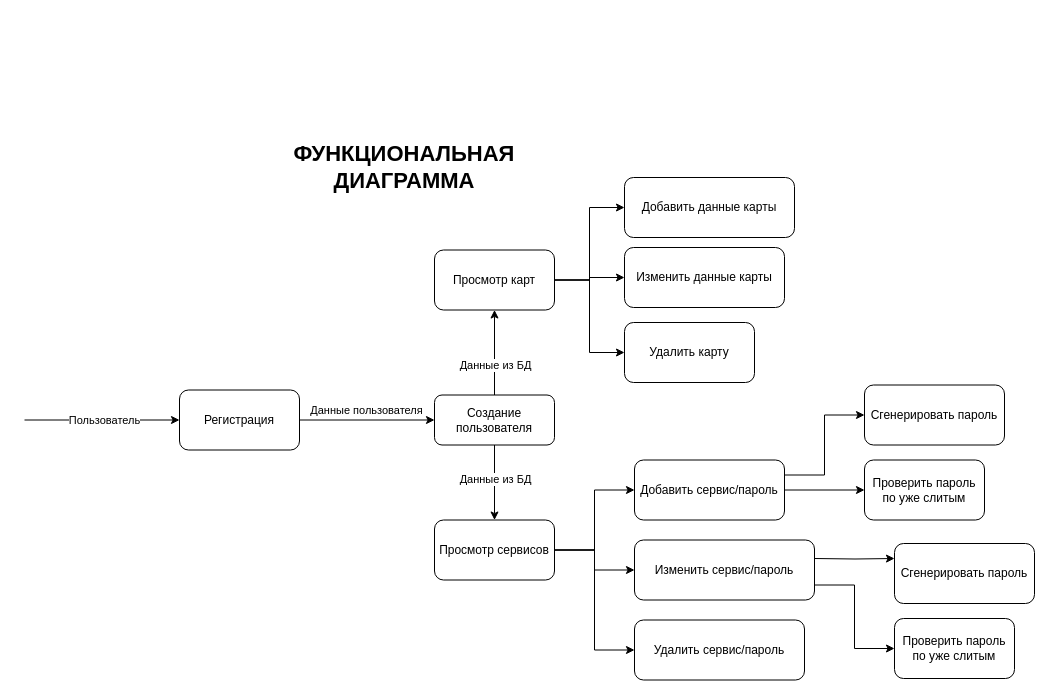
Before: функциональная.drawio in 4aRm5/password_manager_app, a draw.io diagram. Source tidied: cells renumbered, new cells numbered last; positions are measured from the earlier drawing's top-left corner, leaving out a move shared by most shapes. Both pictures are drawn from the tidied source at 100%, with x=0, y=0 at pixel (24, 87).
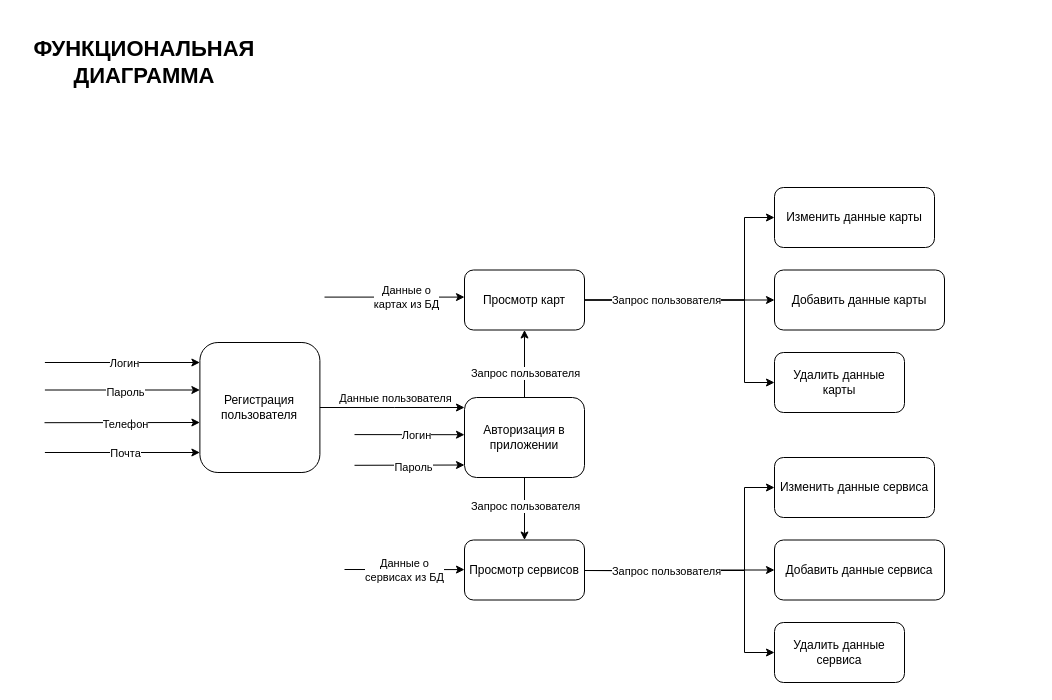
The same page after the edit.

The change refers to these unchanged cells:
```xml
<mxCell id="7" style="edgeStyle=orthogonalEdgeStyle;rounded=0;jettySize=auto;html=1;exitX=0.5;exitY=1;exitDx=0;exitDy=0;entryX=0.5;entryY=0;entryDx=0;entryDy=0;" parent="1" edge="1" source="30" target="17">
  <mxGeometry relative="1" as="geometry" />
</mxCell>
```

Diff of the diagram source:
```diff
@@
     <mxCell id="2" value="&lt;span style=&quot;font-size: 22px;&quot;&gt;&lt;b&gt;ФУНКЦИОНАЛЬНАЯ&lt;br&gt;ДИАГРАММА&lt;br&gt;&lt;/b&gt;&lt;/span&gt;" style="text;html=1;strokeColor=none;fillColor=none;align=center;verticalAlign=middle;whiteSpace=wrap;rounded=0;" parent="1" vertex="1">
-      <mxGeometry x="220" width="320" height="160" as="geometry" />
+      <mxGeometry y="-70" width="240" height="90" as="geometry" />
     </mxCell>
     <mxCell id="3" style="endArrow=classic;html=1;rounded=0;entryX=0;entryY=0.5;entryDx=0;entryDy=0;" parent="1" edge="1">
       <mxGeometry relative="1" as="geometry">
-        <mxPoint y="332.5" as="sourcePoint" />
-        <mxPoint x="155" y="332.5" as="targetPoint" />
+        <mxPoint x="20.4" y="275" as="sourcePoint" />
+        <mxPoint x="175.4" y="275" as="targetPoint" />
       </mxGeometry>
     </mxCell>
-    <mxCell id="4" value="Пользователь" style="edgeLabel;html=1;align=center;verticalAlign=middle;" parent="3" vertex="1">
+    <mxCell id="4" value="Логин" style="edgeLabel;html=1;align=center;verticalAlign=middle;" parent="3" vertex="1">
       <mxGeometry x="-0.22" y="-1" relative="1" as="geometry">
         <mxPoint x="19" y="-1" as="offset" />
       </mxGeometry>
     </mxCell>
     <mxCell id="5" style="edgeStyle=orthogonalEdgeStyle;rounded=0;jettySize=auto;html=1;exitX=0.5;exitY=0;exitDx=0;exitDy=0;entryX=0.5;entryY=1;entryDx=0;entryDy=0;" parent="1" edge="1" source="30" target="12">
       <mxGeometry relative="1" as="geometry">
         <Array as="points">
-          <mxPoint x="470" y="302.5" />
-          <mxPoint x="470" y="302.5" />
+          <mxPoint x="500" y="322.5" />
+          <mxPoint x="500" y="322.5" />
         </Array>
       </mxGeometry>
     </mxCell>
-    <mxCell id="6" value="Данные из БД" style="edgeLabel;html=1;align=center;verticalAlign=middle;" parent="5" vertex="1">
+    <mxCell id="6" value="Запрос пользователя" style="edgeLabel;html=1;align=center;verticalAlign=middle;" parent="5" vertex="1">
       <mxGeometry x="0.11" relative="1" as="geometry">
-        <mxPoint y="17" as="offset" />
+        <mxPoint y="1" as="offset" />
       </mxGeometry>
     </mxCell>
@@
-    <mxCell id="8" value="Данные из БД" style="edgeLabel;html=1;align=center;verticalAlign=middle;" parent="7" vertex="1">
+    <mxCell id="8" value="Запрос пользователя" style="edgeLabel;html=1;align=center;verticalAlign=middle;" parent="7" vertex="1">
       <mxGeometry x="-0.1" relative="1" as="geometry" />
     </mxCell>
-    <mxCell id="9" style="edgeStyle=orthogonalEdgeStyle;rounded=0;jettySize=auto;html=1;entryX=0;entryY=0.5;entryDx=0;entryDy=0;" parent="1" edge="1" source="12" target="21">
+    <mxCell id="9" style="edgeStyle=orthogonalEdgeStyle;rounded=0;jettySize=auto;html=1;entryX=0;entryY=0.5;entryDx=0;entryDy=0;exitX=1;exitY=0.5;exitDx=0;exitDy=0;" parent="1" edge="1" source="12" target="21">
       <mxGeometry relative="1" as="geometry" />
     </mxCell>
     <mxCell id="10" style="edgeStyle=orthogonalEdgeStyle;rounded=0;jettySize=auto;html=1;exitX=1;exitY=0.5;exitDx=0;exitDy=0;" parent="1" edge="1" source="12" target="22">
-      <mxGeometry relative="1" as="geometry" />
+      <mxGeometry relative="1" as="geometry">
+        <Array as="points">
+          <mxPoint x="720" y="213" />
+          <mxPoint x="720" y="130" />
+        </Array>
+      </mxGeometry>
     </mxCell>
     <mxCell id="11" style="edgeStyle=orthogonalEdgeStyle;rounded=0;jettySize=auto;html=1;exitX=1;exitY=0.5;exitDx=0;exitDy=0;entryX=0;entryY=0.5;entryDx=0;entryDy=0;" parent="1" edge="1" source="12" target="26">
-      <mxGeometry relative="1" as="geometry" />
+      <mxGeometry relative="1" as="geometry">
+        <Array as="points">
+          <mxPoint x="720" y="213" />
+          <mxPoint x="720" y="295" />
+        </Array>
+      </mxGeometry>
     </mxCell>
+    <mxCell id="35" value="Запрос пользователя" style="edgeLabel;html=1;align=center;verticalAlign=middle;" parent="11" vertex="1">
+      <mxGeometry x="-0.5" relative="1" as="geometry">
+        <mxPoint x="13" as="offset" />
+      </mxGeometry>
+    </mxCell>
     <mxCell id="12" value="Просмотр карт" style="rounded=1;whiteSpace=wrap;html=1;" parent="1" vertex="1">
-      <mxGeometry x="410" y="162.5" width="120" height="60" as="geometry" />
+      <mxGeometry x="440" y="182.5" width="120" height="60" as="geometry" />
     </mxCell>
-    <mxCell id="13" value="Регистрация" style="rounded=1;whiteSpace=wrap;html=1;" parent="1" vertex="1">
-      <mxGeometry x="155" y="302.5" width="120" height="60" as="geometry" />
+    <mxCell id="13" value="Регистрация пользователя" style="rounded=1;whiteSpace=wrap;html=1;" parent="1" vertex="1">
+      <mxGeometry x="175.4" y="255" width="120" height="130" as="geometry" />
     </mxCell>
-    <mxCell id="14" style="edgeStyle=orthogonalEdgeStyle;rounded=0;jettySize=auto;html=1;exitX=1;exitY=0.5;exitDx=0;exitDy=0;entryX=0;entryY=0.5;entryDx=0;entryDy=0;" parent="1" edge="1" source="17" target="20">
-      <mxGeometry relative="1" as="geometry" />
-    </mxCell>
-    <mxCell id="15" style="edgeStyle=orthogonalEdgeStyle;rounded=0;jettySize=auto;html=1;exitX=1;exitY=0.5;exitDx=0;exitDy=0;entryX=0;entryY=0.5;entryDx=0;entryDy=0;" parent="1" edge="1" source="17" target="25">
-      <mxGeometry relative="1" as="geometry" />
-    </mxCell>
-    <mxCell id="16" style="edgeStyle=orthogonalEdgeStyle;rounded=0;jettySize=auto;html=1;exitX=1;exitY=0.5;exitDx=0;exitDy=0;entryX=0;entryY=0.5;entryDx=0;entryDy=0;" parent="1" edge="1" source="17" target="27">
-      <mxGeometry relative="1" as="geometry" />
-    </mxCell>
     <mxCell id="17" value="Просмотр сервисов" style="rounded=1;whiteSpace=wrap;html=1;" parent="1" vertex="1">
-      <mxGeometry x="410" y="432.5" width="120" height="60" as="geometry" />
+      <mxGeometry x="440" y="452.5" width="120" height="60" as="geometry" />
     </mxCell>
-    <mxCell id="18" style="edgeStyle=orthogonalEdgeStyle;rounded=0;jettySize=auto;html=1;entryX=0;entryY=0.5;entryDx=0;entryDy=0;" parent="1" edge="1" source="20" target="31">
-      <mxGeometry relative="1" as="geometry" />
-    </mxCell>
-    <mxCell id="19" style="edgeStyle=orthogonalEdgeStyle;rounded=0;jettySize=auto;html=1;exitX=1;exitY=0.25;exitDx=0;exitDy=0;entryX=0;entryY=0.5;entryDx=0;entryDy=0;" parent="1" edge="1" source="20" target="32">
-      <mxGeometry relative="1" as="geometry" />
-    </mxCell>
-    <mxCell id="20" value="Добавить сервис/пароль" style="rounded=1;whiteSpace=wrap;html=1;" parent="1" vertex="1">
-      <mxGeometry x="610" y="372.5" width="150" height="60" as="geometry" />
-    </mxCell>
     <mxCell id="21" value="Добавить данные карты" style="rounded=1;whiteSpace=wrap;html=1;" parent="1" vertex="1">
-      <mxGeometry x="600" y="90" width="170" height="60" as="geometry" />
+      <mxGeometry x="750" y="182.5" width="170" height="60" as="geometry" />
     </mxCell>
     <mxCell id="22" value="Изменить данные карты" style="rounded=1;whiteSpace=wrap;html=1;" parent="1" vertex="1">
-      <mxGeometry x="600" y="160" width="160" height="60" as="geometry" />
+      <mxGeometry x="750" y="100" width="160" height="60" as="geometry" />
     </mxCell>
-    <mxCell id="23" style="edgeStyle=orthogonalEdgeStyle;rounded=0;jettySize=auto;html=1;entryX=0;entryY=0.25;entryDx=0;entryDy=0;" parent="1" edge="1" target="34">
-      <mxGeometry relative="1" as="geometry">
-        <mxPoint x="790" y="471" as="sourcePoint" />
-      </mxGeometry>
-    </mxCell>
-    <mxCell id="24" style="edgeStyle=orthogonalEdgeStyle;rounded=0;jettySize=auto;html=1;exitX=1;exitY=0.75;exitDx=0;exitDy=0;entryX=0;entryY=0.5;entryDx=0;entryDy=0;" parent="1" edge="1" source="25" target="33">
-      <mxGeometry relative="1" as="geometry" />
-    </mxCell>
-    <mxCell id="25" value="Изменить сервис/пароль" style="rounded=1;whiteSpace=wrap;html=1;" parent="1" vertex="1">
-      <mxGeometry x="610" y="452.5" width="180" height="60" as="geometry" />
-    </mxCell>
-    <mxCell id="26" value="Удалить карту" style="rounded=1;whiteSpace=wrap;html=1;" parent="1" vertex="1">
-      <mxGeometry x="600" y="235" width="130" height="60" as="geometry" />
+    <mxCell id="26" value="Удалить данные&lt;br&gt;карты" style="rounded=1;whiteSpace=wrap;html=1;" parent="1" vertex="1">
+      <mxGeometry x="750" y="265" width="130" height="60" as="geometry" />
     </mxCell>
-    <mxCell id="27" value="Удалить сервис/пароль" style="rounded=1;whiteSpace=wrap;html=1;" parent="1" vertex="1">
-      <mxGeometry x="610" y="532.5" width="170" height="60" as="geometry" />
-    </mxCell>
     <mxCell id="28" style="edgeStyle=orthogonalEdgeStyle;rounded=0;jettySize=auto;html=1;exitX=1;exitY=0.5;exitDx=0;exitDy=0;" parent="1" edge="1" source="13" target="30">
-      <mxGeometry relative="1" as="geometry" />
+      <mxGeometry relative="1" as="geometry">
+        <Array as="points">
+          <mxPoint x="370" y="320" />
+          <mxPoint x="370" y="320" />
+        </Array>
+      </mxGeometry>
     </mxCell>
     <mxCell id="29" value="Данные пользователя" style="edgeLabel;html=1;align=center;verticalAlign=middle;" parent="28" vertex="1">
       <mxGeometry x="-0.38" relative="1" as="geometry">
-        <mxPoint x="24" y="-10" as="offset" />
+        <mxPoint x="30" y="-10" as="offset" />
       </mxGeometry>
     </mxCell>
-    <mxCell id="30" value="Создание пользователя" style="rounded=1;whiteSpace=wrap;html=1;" parent="1" vertex="1">
-      <mxGeometry x="410" y="307.5" width="120" height="50" as="geometry" />
+    <mxCell id="30" value="Авторизация в приложении" style="rounded=1;whiteSpace=wrap;html=1;" parent="1" vertex="1">
+      <mxGeometry x="440" y="310" width="120" height="80" as="geometry" />
     </mxCell>
-    <mxCell id="31" value="Проверить пароль по уже слитым" style="whiteSpace=wrap;html=1;rounded=1;" parent="1" vertex="1">
-      <mxGeometry x="840" y="372.5" width="120" height="60" as="geometry" />
-    </mxCell>
-    <mxCell id="32" value="Сгенерировать пароль" style="rounded=1;whiteSpace=wrap;html=1;" parent="1" vertex="1">
-      <mxGeometry x="840" y="297.5" width="140" height="60" as="geometry" />
-    </mxCell>
-    <mxCell id="33" value="Проверить пароль по уже слитым" style="whiteSpace=wrap;html=1;rounded=1;" parent="1" vertex="1">
-      <mxGeometry x="870" y="531" width="120" height="60" as="geometry" />
-    </mxCell>
-    <mxCell id="34" value="Сгенерировать пароль" style="rounded=1;whiteSpace=wrap;html=1;" parent="1" vertex="1">
-      <mxGeometry x="870" y="456" width="140" height="60" as="geometry" />
-    </mxCell>
+    <mxCell id="36" style="endArrow=classic;html=1;rounded=0;entryX=0;entryY=0.75;entryDx=0;entryDy=0;" parent="1" edge="1">
+      <mxGeometry relative="1" as="geometry">
+        <mxPoint x="20.4" y="302.5" as="sourcePoint" />
+        <mxPoint x="175.4" y="302.5" as="targetPoint" />
+      </mxGeometry>
+    </mxCell>
+    <mxCell id="37" value="Пароль" style="edgeLabel;html=1;align=center;verticalAlign=middle;" parent="36" vertex="1">
+      <mxGeometry x="-0.03" y="-2" relative="1" as="geometry">
+        <mxPoint x="5" as="offset" />
+      </mxGeometry>
+    </mxCell>
+    <mxCell id="38" style="endArrow=classic;html=1;rounded=0;entryX=0.003;entryY=0.399;entryDx=0;entryDy=0;entryPerimeter=0;" parent="1" edge="1">
+      <mxGeometry relative="1" as="geometry">
+        <mxPoint x="20" y="335.2" as="sourcePoint" />
+        <mxPoint x="175.4" y="335" as="targetPoint" />
+      </mxGeometry>
+    </mxCell>
+    <mxCell id="39" value="Телефон" style="edgeLabel;html=1;align=center;verticalAlign=middle;" parent="38" vertex="1">
+      <mxGeometry x="-0.15" y="-1" relative="1" as="geometry">
+        <mxPoint x="14" as="offset" />
+      </mxGeometry>
+    </mxCell>
+    <mxCell id="40" style="endArrow=classic;html=1;rounded=0;entryX=0;entryY=0.5;entryDx=0;entryDy=0;" parent="1" edge="1">
+      <mxGeometry relative="1" as="geometry">
+        <mxPoint x="20.4" y="365" as="sourcePoint" />
+        <mxPoint x="175.4" y="365" as="targetPoint" />
+      </mxGeometry>
+    </mxCell>
+    <mxCell id="41" value="Почта" style="edgeLabel;html=1;align=center;verticalAlign=middle;" parent="40" vertex="1">
+      <mxGeometry x="0.08" y="-2" relative="1" as="geometry">
+        <mxPoint x="-4" y="-2" as="offset" />
+      </mxGeometry>
+    </mxCell>
+    <mxCell id="42" style="endArrow=classic;html=1;rounded=0;entryX=0;entryY=0.5;entryDx=0;entryDy=0;" parent="1" edge="1">
+      <mxGeometry relative="1" as="geometry">
+        <mxPoint x="330" y="347.1" as="sourcePoint" />
+        <mxPoint x="440" y="347.2" as="targetPoint" />
+      </mxGeometry>
+    </mxCell>
+    <mxCell id="43" value="Логин" style="edgeLabel;html=1;align=center;verticalAlign=middle;" parent="42" vertex="1">
+      <mxGeometry x="-0.22" y="-1" relative="1" as="geometry">
+        <mxPoint x="19" y="-1" as="offset" />
+      </mxGeometry>
+    </mxCell>
+    <mxCell id="44" style="endArrow=classic;html=1;rounded=0;entryX=0;entryY=0.75;entryDx=0;entryDy=0;" parent="1" edge="1">
+      <mxGeometry relative="1" as="geometry">
+        <mxPoint x="330" y="377.8" as="sourcePoint" />
+        <mxPoint x="440" y="377.5" as="targetPoint" />
+      </mxGeometry>
+    </mxCell>
+    <mxCell id="45" value="Пароль" style="edgeLabel;html=1;align=center;verticalAlign=middle;" parent="44" vertex="1">
+      <mxGeometry x="-0.03" y="-2" relative="1" as="geometry">
+        <mxPoint x="5" as="offset" />
+      </mxGeometry>
+    </mxCell>
+    <mxCell id="46" style="endArrow=classic;html=1;rounded=0;entryX=0;entryY=0.75;entryDx=0;entryDy=0;" parent="1" edge="1">
+      <mxGeometry relative="1" as="geometry">
+        <mxPoint x="320" y="482" as="sourcePoint" />
+        <mxPoint x="440" y="482.1" as="targetPoint" />
+      </mxGeometry>
+    </mxCell>
+    <mxCell id="47" value="Данные о &lt;br&gt;сервисах из БД" style="edgeLabel;html=1;align=center;verticalAlign=middle;" parent="46" vertex="1">
+      <mxGeometry x="-0.03" y="-2" relative="1" as="geometry">
+        <mxPoint x="2" y="-2" as="offset" />
+      </mxGeometry>
+    </mxCell>
+    <mxCell id="48" style="endArrow=classic;html=1;rounded=0;entryX=0;entryY=0.75;entryDx=0;entryDy=0;" parent="1" edge="1">
+      <mxGeometry relative="1" as="geometry">
+        <mxPoint x="300" y="209.6" as="sourcePoint" />
+        <mxPoint x="440" y="209.6" as="targetPoint" />
+      </mxGeometry>
+    </mxCell>
+    <mxCell id="49" value="Данные о &lt;br&gt;картах&amp;nbsp;из БД" style="edgeLabel;html=1;align=center;verticalAlign=middle;" parent="48" vertex="1">
+      <mxGeometry x="-0.03" y="-2" relative="1" as="geometry">
+        <mxPoint x="13" y="-2" as="offset" />
+      </mxGeometry>
+    </mxCell>
+    <mxCell id="50" style="edgeStyle=orthogonalEdgeStyle;rounded=0;jettySize=auto;html=1;entryX=0;entryY=0.5;entryDx=0;entryDy=0;exitX=1;exitY=0.5;exitDx=0;exitDy=0;" parent="1" edge="1" target="54">
+      <mxGeometry relative="1" as="geometry">
+        <mxPoint x="560" y="483" as="sourcePoint" />
+      </mxGeometry>
+    </mxCell>
+    <mxCell id="51" style="edgeStyle=orthogonalEdgeStyle;rounded=0;jettySize=auto;html=1;exitX=1;exitY=0.5;exitDx=0;exitDy=0;" parent="1" edge="1" target="55">
+      <mxGeometry relative="1" as="geometry">
+        <mxPoint x="560" y="483" as="sourcePoint" />
+        <Array as="points">
+          <mxPoint x="720" y="483" />
+          <mxPoint x="720" y="400" />
+        </Array>
+      </mxGeometry>
+    </mxCell>
+    <mxCell id="52" style="edgeStyle=orthogonalEdgeStyle;rounded=0;jettySize=auto;html=1;exitX=1;exitY=0.5;exitDx=0;exitDy=0;entryX=0;entryY=0.5;entryDx=0;entryDy=0;" parent="1" edge="1" target="56">
+      <mxGeometry relative="1" as="geometry">
+        <mxPoint x="560" y="483" as="sourcePoint" />
+        <Array as="points">
+          <mxPoint x="720" y="483" />
+          <mxPoint x="720" y="565" />
+        </Array>
+      </mxGeometry>
+    </mxCell>
+    <mxCell id="53" value="Запрос пользователя" style="edgeLabel;html=1;align=center;verticalAlign=middle;" parent="52" vertex="1">
+      <mxGeometry x="-0.5" relative="1" as="geometry">
+        <mxPoint x="13" as="offset" />
+      </mxGeometry>
+    </mxCell>
+    <mxCell id="54" value="Добавить данные сервиса" style="rounded=1;whiteSpace=wrap;html=1;" parent="1" vertex="1">
+      <mxGeometry x="750" y="452.5" width="170" height="60" as="geometry" />
+    </mxCell>
+    <mxCell id="55" value="Изменить данные сервиса" style="rounded=1;whiteSpace=wrap;html=1;" parent="1" vertex="1">
+      <mxGeometry x="750" y="370" width="160" height="60" as="geometry" />
+    </mxCell>
+    <mxCell id="56" value="Удалить данные сервиса" style="rounded=1;whiteSpace=wrap;html=1;" parent="1" vertex="1">
+      <mxGeometry x="750" y="535" width="130" height="60" as="geometry" />
+    </mxCell>
```
